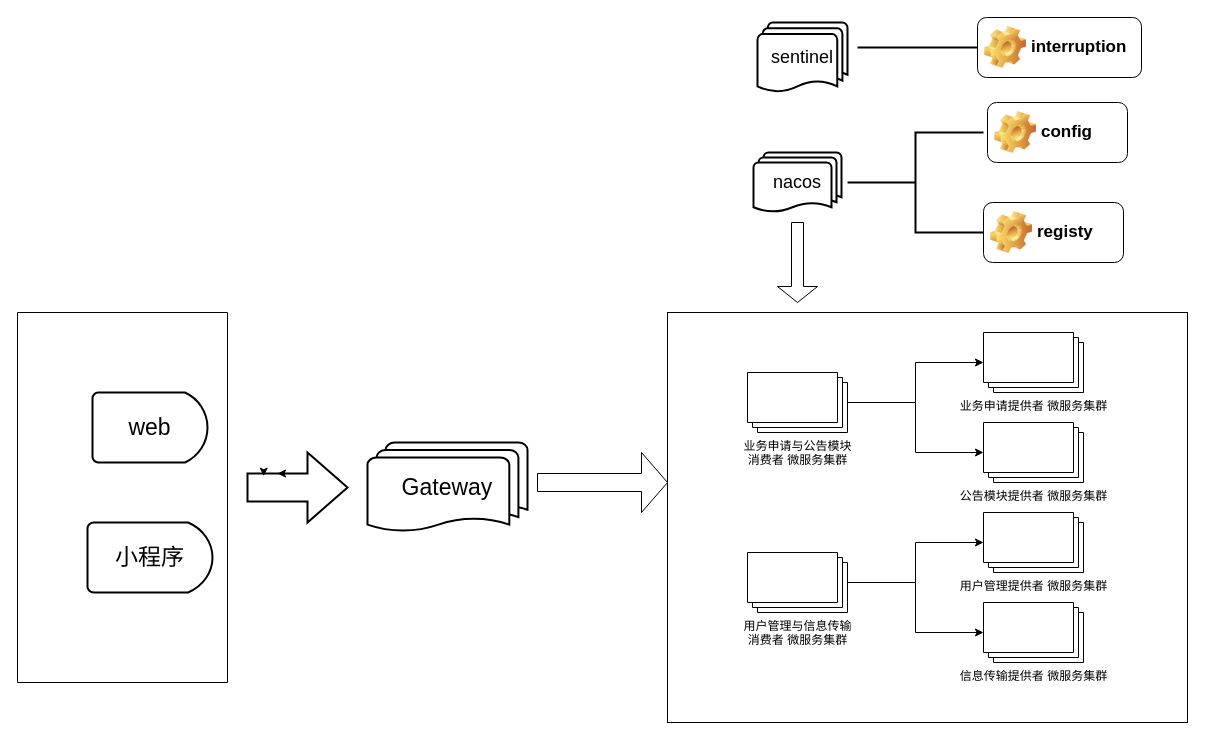
Above: 整体.drawio in ljh123294/branchTest (draw.io), before the change. Source tidied: cells renumbered, new cells numbered last; positions are measured from the earlier drawing's top-left corner, leaving out a move shared by most shapes. Both pictures are drawn from the tidied source at 100%, with x=0, y=0 at pixel (17, 17).
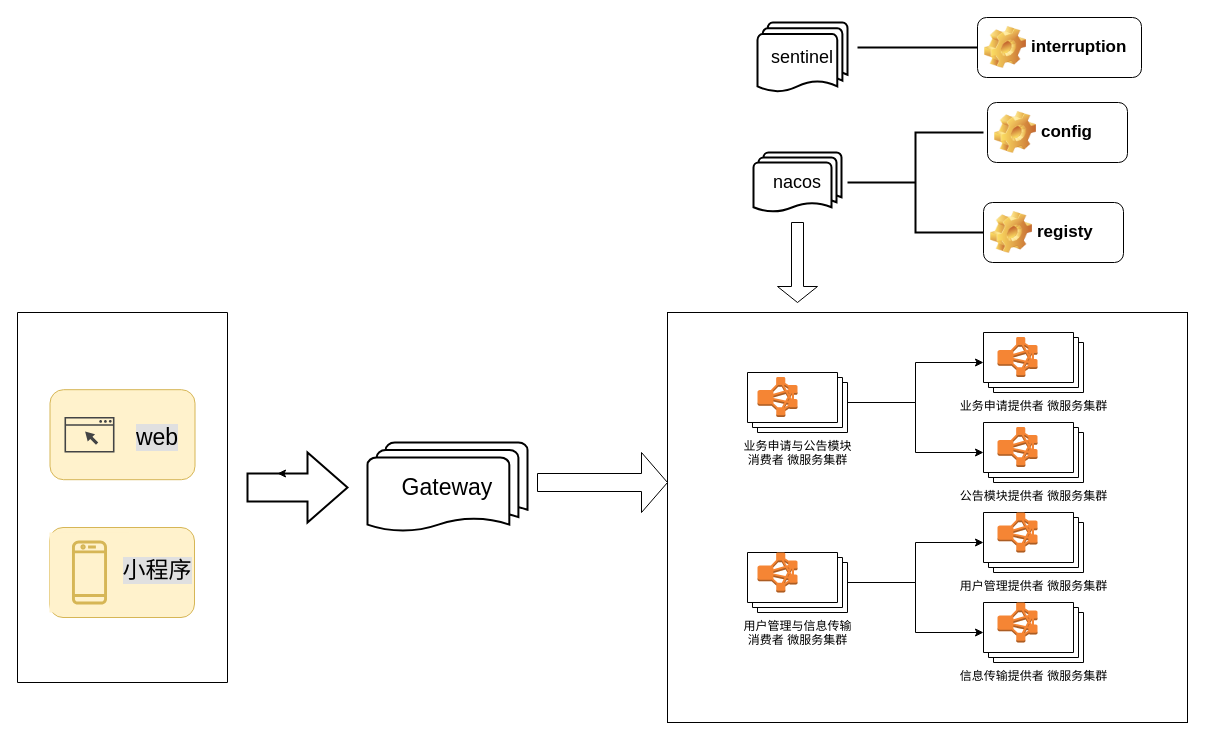
After the change.

Unchanged cells that the change refers to:
```xml
<mxCell id="24" style="verticalLabelPosition=bottom;verticalAlign=top;html=1;strokeWidth=2;shape=mxgraph.arrows2.arrow;dy=0.6;dx=40;notch=0;fontSize=23;" parent="1" vertex="1">
  <mxGeometry x="230" y="435" width="100" height="70" as="geometry" />
</mxCell>
```

What changed in the source:
```diff
@@
-    <mxCell id="22" value="web" style="strokeWidth=2;html=1;shape=mxgraph.flowchart.delay;whiteSpace=wrap;fontSize=23;" parent="1" vertex="1">
-      <mxGeometry x="75" y="375" width="115" height="70" as="geometry" />
-    </mxCell>
-    <mxCell id="23" value="小程序" style="strokeWidth=2;html=1;shape=mxgraph.flowchart.delay;whiteSpace=wrap;fontSize=23;" parent="1" vertex="1">
-      <mxGeometry x="70" y="505" width="125" height="70" as="geometry" />
-    </mxCell>
@@
-    <mxCell id="26" style="edgeStyle=orthogonalEdgeStyle;rounded=0;orthogonalLoop=1;jettySize=auto;html=1;exitX=0;exitY=0;exitDx=30;exitDy=21;exitPerimeter=0;entryX=0.162;entryY=0.338;entryDx=0;entryDy=0;entryPerimeter=0;fontSize=23;" parent="1" edge="1" source="24" target="24">
-      <mxGeometry relative="1" as="geometry" />
-    </mxCell>
@@
+    <mxCell id="29" style="rounded=1;whiteSpace=wrap;html=1;fontSize=23;labelBackgroundColor=#E0E0E0;textOpacity=0;fillColor=#fff2cc;strokeColor=#d6b656;" parent="1" vertex="1">
+      <mxGeometry x="32.5" y="372.2" width="145" height="90" as="geometry" />
+    </mxCell>
+    <mxCell id="30" style="rounded=1;whiteSpace=wrap;html=1;fontSize=23;labelBackgroundColor=#E0E0E0;textOpacity=0;fillColor=#fff2cc;strokeColor=#d6b656;" parent="1" vertex="1">
+      <mxGeometry x="32" y="510" width="145" height="90" as="geometry" />
+    </mxCell>
+    <mxCell id="31" style="sketch=0;shadow=0;dashed=0;html=1;strokeColor=none;fillColor=#434445;labelPosition=center;verticalLabelPosition=bottom;verticalAlign=top;align=center;shape=mxgraph.vvd.web_browser;fontSize=23;" parent="1" vertex="1">
+      <mxGeometry x="47" y="399.5" width="50" height="35.5" as="geometry" />
+    </mxCell>
+    <mxCell id="22" value="web" style="text;html=1;strokeColor=none;fillColor=none;align=center;verticalAlign=middle;whiteSpace=wrap;rounded=0;labelBackgroundColor=#E0E0E0;fontSize=23;" parent="1" vertex="1">
+      <mxGeometry x="110" y="405" width="60" height="30" as="geometry" />
+    </mxCell>
+    <mxCell id="32" style="sketch=0;strokeColor=#d6b656;fillColor=#fff2cc;dashed=0;verticalLabelPosition=bottom;verticalAlign=top;align=center;html=1;fontSize=12;fontStyle=0;shape=mxgraph.aws4.resourceIcon;resIcon=mxgraph.aws4.mobile_client;" parent="1" vertex="1">
+      <mxGeometry x="32" y="515" width="80" height="80" as="geometry" />
+    </mxCell>
+    <mxCell id="23" value="小程序" style="text;html=1;strokeColor=none;fillColor=none;align=center;verticalAlign=middle;whiteSpace=wrap;rounded=0;labelBackgroundColor=#E0E0E0;fontSize=23;" parent="1" vertex="1">
+      <mxGeometry x="100" y="550" width="80" height="5" as="geometry" />
+    </mxCell>
+    <mxCell id="33" style="dashed=0;verticalLabelPosition=bottom;verticalAlign=top;align=center;html=1;shape=mxgraph.aws3.emr_cluster;fillColor=#F58534;gradientColor=none;labelBackgroundColor=#E0E0E0;fontSize=23;" parent="1" vertex="1">
+      <mxGeometry x="740" y="359.5" width="40" height="40" as="geometry" />
+    </mxCell>
+    <mxCell id="34" style="dashed=0;verticalLabelPosition=bottom;verticalAlign=top;align=center;html=1;shape=mxgraph.aws3.emr_cluster;fillColor=#F58534;gradientColor=none;labelBackgroundColor=#E0E0E0;fontSize=23;" parent="1" vertex="1">
+      <mxGeometry x="980" y="495" width="40" height="40" as="geometry" />
+    </mxCell>
+    <mxCell id="35" style="dashed=0;verticalLabelPosition=bottom;verticalAlign=top;align=center;html=1;shape=mxgraph.aws3.emr_cluster;fillColor=#F58534;gradientColor=none;labelBackgroundColor=#E0E0E0;fontSize=23;" parent="1" vertex="1">
+      <mxGeometry x="980" y="409.5" width="40" height="40" as="geometry" />
+    </mxCell>
+    <mxCell id="36" style="dashed=0;verticalLabelPosition=bottom;verticalAlign=top;align=center;html=1;shape=mxgraph.aws3.emr_cluster;fillColor=#F58534;gradientColor=none;labelBackgroundColor=#E0E0E0;fontSize=23;" parent="1" vertex="1">
+      <mxGeometry x="980" y="319.5" width="40" height="40" as="geometry" />
+    </mxCell>
+    <mxCell id="37" style="dashed=0;verticalLabelPosition=bottom;verticalAlign=top;align=center;html=1;shape=mxgraph.aws3.emr_cluster;fillColor=#F58534;gradientColor=none;labelBackgroundColor=#E0E0E0;fontSize=23;" parent="1" vertex="1">
+      <mxGeometry x="980" y="585" width="40" height="40" as="geometry" />
+    </mxCell>
+    <mxCell id="38" style="dashed=0;verticalLabelPosition=bottom;verticalAlign=top;align=center;html=1;shape=mxgraph.aws3.emr_cluster;fillColor=#F58534;gradientColor=none;labelBackgroundColor=#E0E0E0;fontSize=23;" parent="1" vertex="1">
+      <mxGeometry x="740" y="535" width="40" height="40" as="geometry" />
+    </mxCell>
```
